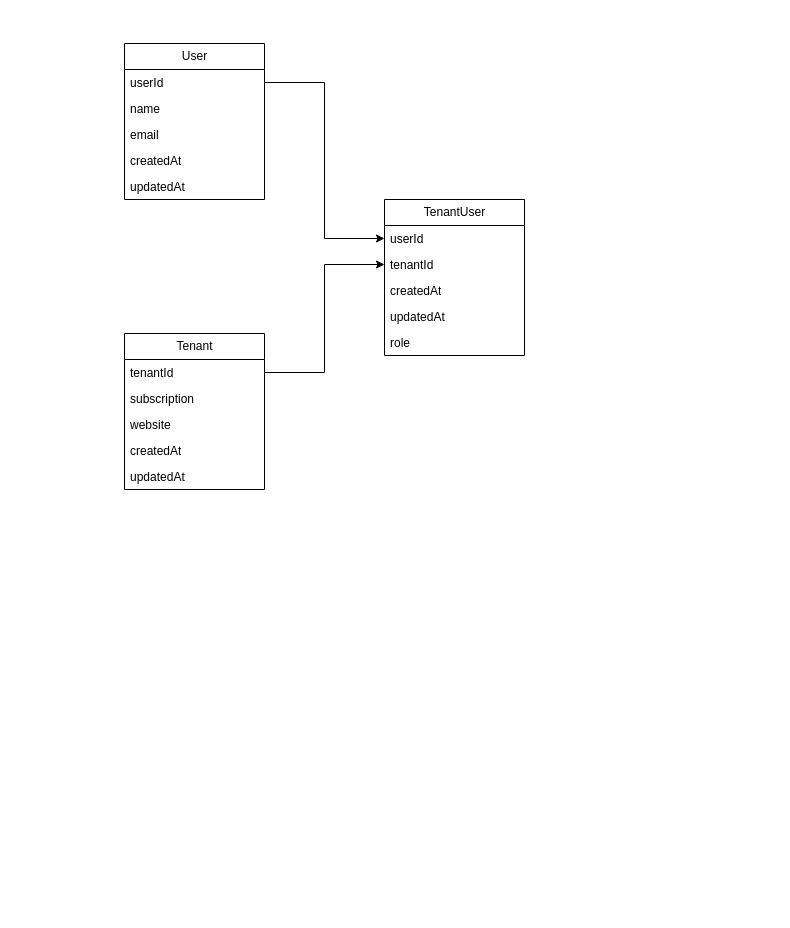
Before: docs/drawio/Database_Diagram.drawio in rtbot-dev/rtbot, a draw.io diagram. Source tidied: cells renumbered, new cells numbered last; positions are measured from the earlier drawing's top-left corner, leaving out a move shared by most shapes. Both pictures are drawn from the tidied source at 100%, with x=0, y=0 at pixel (124, 43).
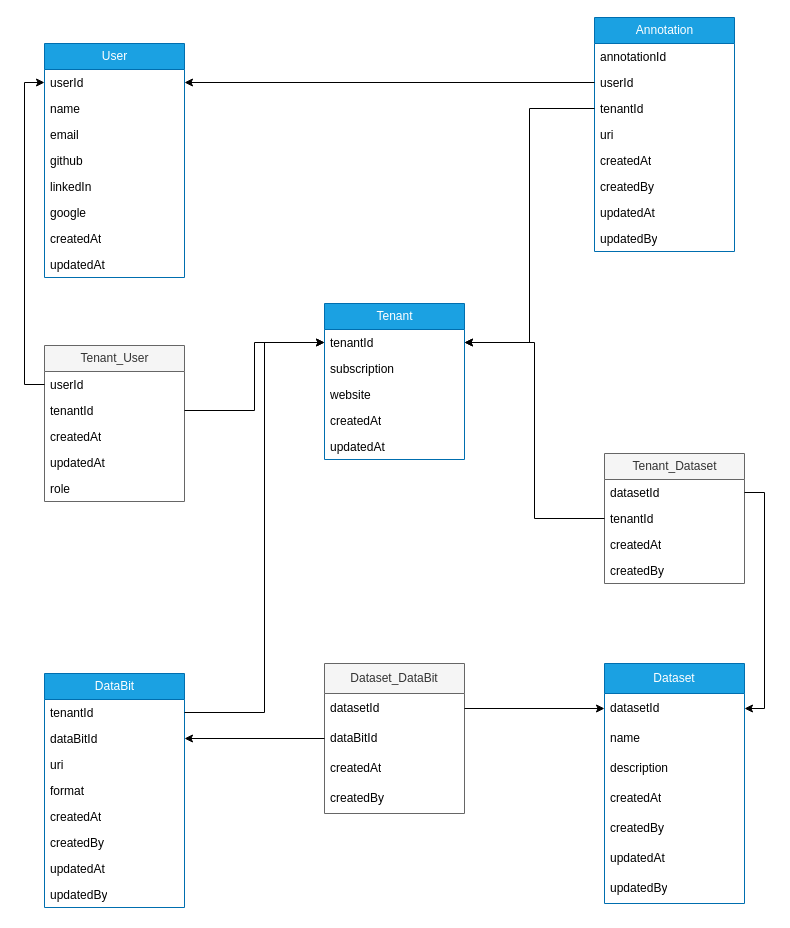
The same page after the edit.

Commit message:
docs: update database diagram

The change refers to these unchanged cells:
```xml
<mxCell id="3" value="userId" style="text;strokeColor=none;fillColor=none;align=left;verticalAlign=top;spacingLeft=4;spacingRight=4;overflow=hidden;points=[[0,0.5],[1,0.5]];portConstraint=eastwest;whiteSpace=wrap;html=1;" parent="2" vertex="1">
  <mxGeometry y="26" width="140" height="26" as="geometry" />
</mxCell>
<mxCell id="9" value="tenantId" style="text;strokeColor=none;fillColor=none;align=left;verticalAlign=top;spacingLeft=4;spacingRight=4;overflow=hidden;points=[[0,0.5],[1,0.5]];portConstraint=eastwest;whiteSpace=wrap;html=1;" parent="8" vertex="1">
  <mxGeometry y="26" width="140" height="26" as="geometry" />
</mxCell>
<mxCell id="15" value="userId" style="text;strokeColor=none;fillColor=none;align=left;verticalAlign=top;spacingLeft=4;spacingRight=4;overflow=hidden;points=[[0,0.5],[1,0.5]];portConstraint=eastwest;whiteSpace=wrap;html=1;" parent="14" vertex="1">
  <mxGeometry y="26" width="140" height="26" as="geometry" />
</mxCell>
<mxCell id="16" value="tenantId" style="text;strokeColor=none;fillColor=none;align=left;verticalAlign=top;spacingLeft=4;spacingRight=4;overflow=hidden;points=[[0,0.5],[1,0.5]];portConstraint=eastwest;whiteSpace=wrap;html=1;" parent="14" vertex="1">
  <mxGeometry y="52" width="140" height="26" as="geometry" />
</mxCell>
```

Diff of the diagram source:
```diff
@@
-    <mxCell id="2" value="&lt;div&gt;User&lt;/div&gt;" style="swimlane;fontStyle=0;horizontal=1;startSize=26;fillColor=none;html=1;" parent="1" vertex="1">
-      <mxGeometry width="140" height="156" as="geometry" />
+    <mxCell id="2" value="&lt;div&gt;User&lt;/div&gt;" style="swimlane;fontStyle=0;horizontal=1;startSize=26;fillColor=#1ba1e2;html=1;strokeColor=#006EAF;fontColor=#ffffff;" parent="1" vertex="1">
+      <mxGeometry x="-80" width="140" height="234" as="geometry" />
     </mxCell>
@@
+    <mxCell id="22" value="github" style="text;strokeColor=none;fillColor=none;align=left;verticalAlign=top;spacingLeft=4;spacingRight=4;overflow=hidden;whiteSpace=wrap;html=1;" parent="2" vertex="1">
+      <mxGeometry y="104" width="140" height="26" as="geometry" />
+    </mxCell>
+    <mxCell id="23" value="linkedIn" style="text;strokeColor=none;fillColor=none;align=left;verticalAlign=top;spacingLeft=4;spacingRight=4;overflow=hidden;whiteSpace=wrap;html=1;" parent="2" vertex="1">
+      <mxGeometry y="130" width="140" height="26" as="geometry" />
+    </mxCell>
+    <mxCell id="24" value="google" style="text;strokeColor=none;fillColor=none;align=left;verticalAlign=top;spacingLeft=4;spacingRight=4;overflow=hidden;whiteSpace=wrap;html=1;" parent="2" vertex="1">
+      <mxGeometry y="156" width="140" height="26" as="geometry" />
+    </mxCell>
     <mxCell id="6" value="createdAt" style="text;strokeColor=none;fillColor=none;align=left;verticalAlign=top;spacingLeft=4;spacingRight=4;overflow=hidden;whiteSpace=wrap;html=1;" parent="2" vertex="1">
-      <mxGeometry y="104" width="140" height="26" as="geometry" />
+      <mxGeometry y="182" width="140" height="26" as="geometry" />
     </mxCell>
     <mxCell id="7" value="updatedAt" style="text;strokeColor=none;fillColor=none;align=left;verticalAlign=top;spacingLeft=4;spacingRight=4;overflow=hidden;whiteSpace=wrap;html=1;" parent="2" vertex="1">
-      <mxGeometry y="130" width="140" height="26" as="geometry" />
+      <mxGeometry y="208" width="140" height="26" as="geometry" />
     </mxCell>
-    <mxCell id="8" value="&lt;div&gt;Tenant&lt;/div&gt;" style="swimlane;fontStyle=0;horizontal=1;startSize=26;fillColor=none;html=1;" parent="1" vertex="1">
-      <mxGeometry y="290" width="140" height="156" as="geometry" />
+    <mxCell id="8" value="&lt;div&gt;Tenant&lt;/div&gt;" style="swimlane;fontStyle=0;horizontal=1;startSize=26;fillColor=#1ba1e2;html=1;fontColor=#ffffff;strokeColor=#006EAF;" parent="1" vertex="1">
+      <mxGeometry x="200" y="260" width="140" height="156" as="geometry" />
     </mxCell>
@@
-    <mxCell id="14" value="TenantUser" style="swimlane;fontStyle=0;horizontal=1;startSize=26;fillColor=none;html=1;" parent="1" vertex="1">
-      <mxGeometry x="260" y="156" width="140" height="156" as="geometry" />
+    <mxCell id="14" value="Tenant_User" style="swimlane;fontStyle=0;horizontal=1;startSize=26;fillColor=#f5f5f5;html=1;fontColor=#333333;strokeColor=#666666;" parent="1" vertex="1">
+      <mxGeometry x="-80" y="302" width="140" height="156" as="geometry" />
     </mxCell>
@@
-    <mxCell id="20" style="edgeStyle=orthogonalEdgeStyle;rounded=0;jettySize=auto;html=1;entryX=0;entryY=0.5;entryDx=0;entryDy=0;" parent="1" edge="1" source="3" target="15">
-      <mxGeometry relative="1" as="geometry" />
-    </mxCell>
-    <mxCell id="21" style="edgeStyle=orthogonalEdgeStyle;rounded=0;jettySize=auto;html=1;exitX=1;exitY=0.5;exitDx=0;exitDy=0;" parent="1" edge="1" source="9" target="16">
-      <mxGeometry relative="1" as="geometry" />
-    </mxCell>
+    <mxCell id="25" value="&lt;div&gt;DataBit&lt;/div&gt;" style="swimlane;fontStyle=0;horizontal=1;startSize=26;fillColor=#1ba1e2;html=1;fontColor=#ffffff;strokeColor=#006EAF;" parent="1" vertex="1">
+      <mxGeometry x="-80" y="630" width="140" height="234" as="geometry" />
+    </mxCell>
+    <mxCell id="26" value="tenantId" style="text;strokeColor=none;fillColor=none;align=left;verticalAlign=top;spacingLeft=4;spacingRight=4;overflow=hidden;points=[[0,0.5],[1,0.5]];portConstraint=eastwest;whiteSpace=wrap;html=1;" parent="25" vertex="1">
+      <mxGeometry y="26" width="140" height="26" as="geometry" />
+    </mxCell>
+    <mxCell id="27" value="&lt;div&gt;dataBitId&lt;/div&gt;" style="text;strokeColor=none;fillColor=none;align=left;verticalAlign=top;spacingLeft=4;spacingRight=4;overflow=hidden;points=[[0,0.5],[1,0.5]];portConstraint=eastwest;whiteSpace=wrap;html=1;" parent="25" vertex="1">
+      <mxGeometry y="52" width="140" height="26" as="geometry" />
+    </mxCell>
+    <mxCell id="28" value="uri" style="text;strokeColor=none;fillColor=none;align=left;verticalAlign=top;spacingLeft=4;spacingRight=4;overflow=hidden;whiteSpace=wrap;html=1;" parent="25" vertex="1">
+      <mxGeometry y="78" width="140" height="26" as="geometry" />
+    </mxCell>
+    <mxCell id="29" value="format" style="text;strokeColor=none;fillColor=none;align=left;verticalAlign=top;spacingLeft=4;spacingRight=4;overflow=hidden;whiteSpace=wrap;html=1;" parent="25" vertex="1">
+      <mxGeometry y="104" width="140" height="26" as="geometry" />
+    </mxCell>
+    <mxCell id="30" value="createdAt" style="text;strokeColor=none;fillColor=none;align=left;verticalAlign=top;spacingLeft=4;spacingRight=4;overflow=hidden;whiteSpace=wrap;html=1;" parent="25" vertex="1">
+      <mxGeometry y="130" width="140" height="26" as="geometry" />
+    </mxCell>
+    <mxCell id="31" value="createdBy" style="text;strokeColor=none;fillColor=none;align=left;verticalAlign=top;spacingLeft=4;spacingRight=4;overflow=hidden;whiteSpace=wrap;html=1;" parent="25" vertex="1">
+      <mxGeometry y="156" width="140" height="26" as="geometry" />
+    </mxCell>
+    <mxCell id="32" value="updatedAt" style="text;strokeColor=none;fillColor=none;align=left;verticalAlign=top;spacingLeft=4;spacingRight=4;overflow=hidden;whiteSpace=wrap;html=1;" parent="25" vertex="1">
+      <mxGeometry y="182" width="140" height="26" as="geometry" />
+    </mxCell>
+    <mxCell id="33" value="updatedBy" style="text;strokeColor=none;fillColor=none;align=left;verticalAlign=top;spacingLeft=4;spacingRight=4;overflow=hidden;whiteSpace=wrap;html=1;" parent="25" vertex="1">
+      <mxGeometry y="208" width="140" height="26" as="geometry" />
+    </mxCell>
+    <mxCell id="34" value="&lt;div&gt;Annotation&lt;/div&gt;" style="swimlane;fontStyle=0;horizontal=1;startSize=26;fillColor=#1ba1e2;html=1;fontColor=#ffffff;strokeColor=#006EAF;" parent="1" vertex="1">
+      <mxGeometry x="470" y="-26" width="140" height="234" as="geometry" />
+    </mxCell>
+    <mxCell id="35" value="annotationId" style="text;strokeColor=none;fillColor=none;align=left;verticalAlign=top;spacingLeft=4;spacingRight=4;overflow=hidden;whiteSpace=wrap;html=1;" parent="34" vertex="1">
+      <mxGeometry y="26" width="140" height="26" as="geometry" />
+    </mxCell>
+    <mxCell id="36" value="&lt;div&gt;userId&lt;/div&gt;" style="text;strokeColor=none;fillColor=none;align=left;verticalAlign=top;spacingLeft=4;spacingRight=4;overflow=hidden;points=[[0,0.5],[1,0.5]];portConstraint=eastwest;whiteSpace=wrap;html=1;" parent="34" vertex="1">
+      <mxGeometry y="52" width="140" height="26" as="geometry" />
+    </mxCell>
+    <mxCell id="37" value="tenantId" style="text;strokeColor=none;fillColor=none;align=left;verticalAlign=top;spacingLeft=4;spacingRight=4;overflow=hidden;points=[[0,0.5],[1,0.5]];portConstraint=eastwest;whiteSpace=wrap;html=1;" parent="34" vertex="1">
+      <mxGeometry y="78" width="140" height="26" as="geometry" />
+    </mxCell>
+    <mxCell id="38" value="uri" style="text;strokeColor=none;fillColor=none;align=left;verticalAlign=top;spacingLeft=4;spacingRight=4;overflow=hidden;whiteSpace=wrap;html=1;" parent="34" vertex="1">
+      <mxGeometry y="104" width="140" height="26" as="geometry" />
+    </mxCell>
+    <mxCell id="39" value="createdAt" style="text;strokeColor=none;fillColor=none;align=left;verticalAlign=top;spacingLeft=4;spacingRight=4;overflow=hidden;whiteSpace=wrap;html=1;" parent="34" vertex="1">
+      <mxGeometry y="130" width="140" height="26" as="geometry" />
+    </mxCell>
+    <mxCell id="40" value="createdBy" style="text;strokeColor=none;fillColor=none;align=left;verticalAlign=top;spacingLeft=4;spacingRight=4;overflow=hidden;whiteSpace=wrap;html=1;" parent="34" vertex="1">
+      <mxGeometry y="156" width="140" height="26" as="geometry" />
+    </mxCell>
+    <mxCell id="41" value="updatedAt" style="text;strokeColor=none;fillColor=none;align=left;verticalAlign=top;spacingLeft=4;spacingRight=4;overflow=hidden;whiteSpace=wrap;html=1;" parent="34" vertex="1">
+      <mxGeometry y="182" width="140" height="26" as="geometry" />
+    </mxCell>
+    <mxCell id="42" value="updatedBy" style="text;strokeColor=none;fillColor=none;align=left;verticalAlign=top;spacingLeft=4;spacingRight=4;overflow=hidden;whiteSpace=wrap;html=1;" parent="34" vertex="1">
+      <mxGeometry y="208" width="140" height="26" as="geometry" />
+    </mxCell>
+    <mxCell id="43" style="edgeStyle=orthogonalEdgeStyle;rounded=0;jettySize=auto;html=1;entryX=0;entryY=0.5;entryDx=0;entryDy=0;" parent="1" edge="1" source="15" target="3">
+      <mxGeometry relative="1" as="geometry" />
+    </mxCell>
+    <mxCell id="44" style="edgeStyle=orthogonalEdgeStyle;rounded=0;jettySize=auto;html=1;" parent="1" edge="1" source="16" target="9">
+      <mxGeometry relative="1" as="geometry" />
+    </mxCell>
+    <mxCell id="45" style="edgeStyle=orthogonalEdgeStyle;rounded=0;jettySize=auto;html=1;entryX=1;entryY=0.5;entryDx=0;entryDy=0;" parent="1" edge="1" source="37" target="9">
+      <mxGeometry relative="1" as="geometry" />
+    </mxCell>
+    <mxCell id="46" style="edgeStyle=orthogonalEdgeStyle;rounded=0;jettySize=auto;html=1;" parent="1" edge="1" source="36" target="3">
+      <mxGeometry relative="1" as="geometry" />
+    </mxCell>
+    <mxCell id="47" value="Dataset" style="swimlane;fontStyle=0;horizontal=1;startSize=30;whiteSpace=wrap;html=1;fillColor=#1ba1e2;fontColor=#ffffff;strokeColor=#006EAF;" parent="1" vertex="1">
+      <mxGeometry x="480" y="620" width="140" height="240" as="geometry" />
+    </mxCell>
+    <mxCell id="48" value="datasetId" style="text;strokeColor=none;fillColor=none;align=left;verticalAlign=middle;spacingLeft=4;spacingRight=4;overflow=hidden;points=[[0,0.5],[1,0.5]];portConstraint=eastwest;whiteSpace=wrap;html=1;" parent="47" vertex="1">
+      <mxGeometry y="30" width="140" height="30" as="geometry" />
+    </mxCell>
+    <mxCell id="49" value="name" style="text;strokeColor=none;fillColor=none;align=left;verticalAlign=middle;spacingLeft=4;spacingRight=4;overflow=hidden;whiteSpace=wrap;html=1;" parent="47" vertex="1">
+      <mxGeometry y="60" width="140" height="30" as="geometry" />
+    </mxCell>
+    <mxCell id="50" value="description" style="text;strokeColor=none;fillColor=none;align=left;verticalAlign=middle;spacingLeft=4;spacingRight=4;overflow=hidden;whiteSpace=wrap;html=1;" parent="47" vertex="1">
+      <mxGeometry y="90" width="140" height="30" as="geometry" />
+    </mxCell>
+    <mxCell id="51" value="createdAt" style="text;strokeColor=none;fillColor=none;align=left;verticalAlign=middle;spacingLeft=4;spacingRight=4;overflow=hidden;whiteSpace=wrap;html=1;" parent="47" vertex="1">
+      <mxGeometry y="120" width="140" height="30" as="geometry" />
+    </mxCell>
+    <mxCell id="52" value="createdBy" style="text;strokeColor=none;fillColor=none;align=left;verticalAlign=middle;spacingLeft=4;spacingRight=4;overflow=hidden;whiteSpace=wrap;html=1;" parent="47" vertex="1">
+      <mxGeometry y="150" width="140" height="30" as="geometry" />
+    </mxCell>
+    <mxCell id="53" value="updatedAt" style="text;strokeColor=none;fillColor=none;align=left;verticalAlign=middle;spacingLeft=4;spacingRight=4;overflow=hidden;whiteSpace=wrap;html=1;" parent="47" vertex="1">
+      <mxGeometry y="180" width="140" height="30" as="geometry" />
+    </mxCell>
+    <mxCell id="54" value="updatedBy" style="text;strokeColor=none;fillColor=none;align=left;verticalAlign=middle;spacingLeft=4;spacingRight=4;overflow=hidden;whiteSpace=wrap;html=1;" parent="47" vertex="1">
+      <mxGeometry y="210" width="140" height="30" as="geometry" />
+    </mxCell>
+    <mxCell id="55" value="Dataset_DataBit" style="swimlane;fontStyle=0;horizontal=1;startSize=30;whiteSpace=wrap;html=1;fillColor=#f5f5f5;fontColor=#333333;strokeColor=#666666;" parent="1" vertex="1">
+      <mxGeometry x="200" y="620" width="140" height="150" as="geometry" />
+    </mxCell>
+    <mxCell id="56" value="datasetId" style="text;strokeColor=none;fillColor=none;align=left;verticalAlign=middle;spacingLeft=4;spacingRight=4;overflow=hidden;points=[[0,0.5],[1,0.5]];portConstraint=eastwest;whiteSpace=wrap;html=1;" parent="55" vertex="1">
+      <mxGeometry y="30" width="140" height="30" as="geometry" />
+    </mxCell>
+    <mxCell id="57" value="dataBitId" style="text;strokeColor=none;fillColor=none;align=left;verticalAlign=middle;spacingLeft=4;spacingRight=4;overflow=hidden;points=[[0,0.5],[1,0.5]];portConstraint=eastwest;whiteSpace=wrap;html=1;" parent="55" vertex="1">
+      <mxGeometry y="60" width="140" height="30" as="geometry" />
+    </mxCell>
+    <mxCell id="58" value="createdAt" style="text;strokeColor=none;fillColor=none;align=left;verticalAlign=middle;spacingLeft=4;spacingRight=4;overflow=hidden;whiteSpace=wrap;html=1;" parent="55" vertex="1">
+      <mxGeometry y="90" width="140" height="30" as="geometry" />
+    </mxCell>
+    <mxCell id="59" value="createdBy" style="text;strokeColor=none;fillColor=none;align=left;verticalAlign=middle;spacingLeft=4;spacingRight=4;overflow=hidden;whiteSpace=wrap;html=1;" parent="55" vertex="1">
+      <mxGeometry y="120" width="140" height="30" as="geometry" />
+    </mxCell>
+    <mxCell id="60" style="edgeStyle=orthogonalEdgeStyle;rounded=0;jettySize=auto;html=1;" parent="1" edge="1" source="57" target="27">
+      <mxGeometry relative="1" as="geometry" />
+    </mxCell>
+    <mxCell id="61" style="edgeStyle=orthogonalEdgeStyle;rounded=0;jettySize=auto;html=1;entryX=0;entryY=0.5;entryDx=0;entryDy=0;" parent="1" edge="1" source="26" target="9">
+      <mxGeometry relative="1" as="geometry">
+        <Array as="points">
+          <mxPoint x="140" y="669" />
+          <mxPoint x="140" y="299" />
+        </Array>
+      </mxGeometry>
+    </mxCell>
+    <mxCell id="62" style="edgeStyle=orthogonalEdgeStyle;rounded=0;jettySize=auto;html=1;" parent="1" edge="1" source="56" target="48">
+      <mxGeometry relative="1" as="geometry" />
+    </mxCell>
+    <mxCell id="63" value="Tenant_Dataset" style="swimlane;fontStyle=0;horizontal=1;startSize=26;fillColor=#f5f5f5;html=1;fontColor=#333333;strokeColor=#666666;" parent="1" vertex="1">
+      <mxGeometry x="480" y="410" width="140" height="130" as="geometry" />
+    </mxCell>
+    <mxCell id="64" value="datasetId" style="text;strokeColor=none;fillColor=none;align=left;verticalAlign=top;spacingLeft=4;spacingRight=4;overflow=hidden;points=[[0,0.5],[1,0.5]];portConstraint=eastwest;whiteSpace=wrap;html=1;" parent="63" vertex="1">
+      <mxGeometry y="26" width="140" height="26" as="geometry" />
+    </mxCell>
+    <mxCell id="65" value="tenantId" style="text;strokeColor=none;fillColor=none;align=left;verticalAlign=top;spacingLeft=4;spacingRight=4;overflow=hidden;points=[[0,0.5],[1,0.5]];portConstraint=eastwest;whiteSpace=wrap;html=1;" parent="63" vertex="1">
+      <mxGeometry y="52" width="140" height="26" as="geometry" />
+    </mxCell>
+    <mxCell id="66" value="createdAt" style="text;strokeColor=none;fillColor=none;align=left;verticalAlign=top;spacingLeft=4;spacingRight=4;overflow=hidden;whiteSpace=wrap;html=1;" parent="63" vertex="1">
+      <mxGeometry y="78" width="140" height="26" as="geometry" />
+    </mxCell>
+    <mxCell id="67" value="createdBy" style="text;strokeColor=none;fillColor=none;align=left;verticalAlign=top;spacingLeft=4;spacingRight=4;overflow=hidden;whiteSpace=wrap;html=1;" parent="63" vertex="1">
+      <mxGeometry y="104" width="140" height="26" as="geometry" />
+    </mxCell>
+    <mxCell id="68" style="edgeStyle=orthogonalEdgeStyle;rounded=0;jettySize=auto;html=1;entryX=1;entryY=0.5;entryDx=0;entryDy=0;" parent="1" edge="1" source="65" target="9">
+      <mxGeometry relative="1" as="geometry" />
+    </mxCell>
+    <mxCell id="69" style="edgeStyle=orthogonalEdgeStyle;rounded=0;jettySize=auto;html=1;" parent="1" edge="1" source="64" target="48">
+      <mxGeometry relative="1" as="geometry">
+        <Array as="points">
+          <mxPoint x="640" y="449" />
+          <mxPoint x="640" y="665" />
+        </Array>
+      </mxGeometry>
+    </mxCell>
```
